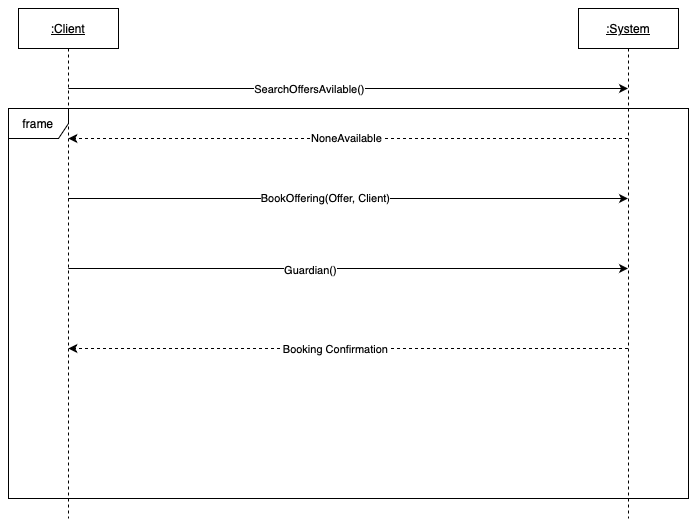
Before: Diagrams/SystemSequenceDiagram_Process_Offerings.drawio.png, a diagram exported from draw.io (JeremyCrete/Soen342-JeremyCrete-DominicEmond). Source tidied: cells renumbered, new cells last; positions are measured from the earlier drawing's top-left corner, leaving out a move shared by most shapes.
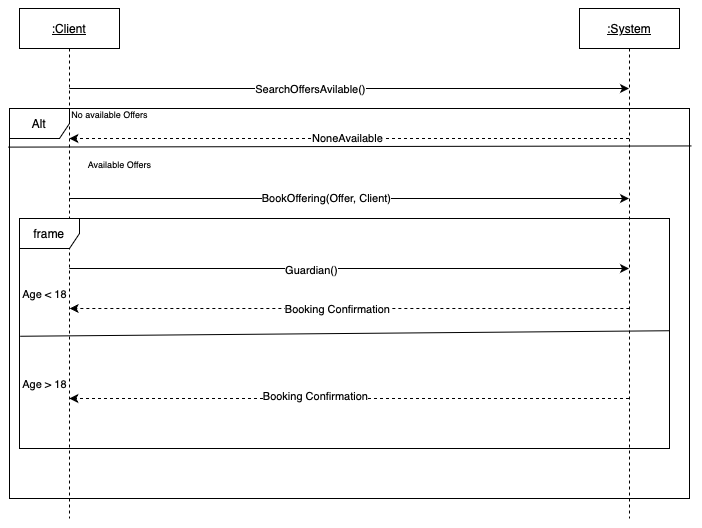
The same file after the commit.

The edit, as a diff of the source:
```diff
@@ -48,18 +48,54 @@
     <mxCell id="11" value="Guardian()" style="edgeLabel;html=1;align=center;verticalAlign=middle;" parent="10" vertex="1">
       <mxGeometry x="-0.13" y="-2" relative="1" as="geometry" />
     </mxCell>
-    <mxCell id="12" style="html=1;labelBackgroundColor=#ffffff;startArrow=none;startFill=0;startSize=6;endArrow=classic;endFill=1;endSize=6;jettySize=auto;strokeWidth=1;dashed=1;fontSize=14;rounded=0;" parent="1" edge="1" source="3" target="2">
+    <mxCell id="12" style="html=1;labelBackgroundColor=#ffffff;startArrow=none;startFill=0;startSize=6;endArrow=classic;endFill=1;endSize=6;jettySize=auto;orthogonalLoop=1;strokeWidth=1;dashed=1;fontSize=14;rounded=0;" parent="1" edge="1">
       <mxGeometry relative="1" as="geometry">
+        <mxPoint x="619.8" y="300" as="sourcePoint" />
+        <mxPoint x="60.2" y="300" as="targetPoint" />
         <Array as="points">
-          <mxPoint x="350" y="340" />
+          <mxPoint x="350.3" y="300" />
         </Array>
       </mxGeometry>
     </mxCell>
     <mxCell id="13" value="Booking Confirmation" style="edgeLabel;html=1;align=center;verticalAlign=middle;" parent="12" vertex="1">
       <mxGeometry x="0.05" y="1" relative="1" as="geometry" />
     </mxCell>
-    <mxCell id="14" value="frame" style="shape=umlFrame;whiteSpace=wrap;html=1;" parent="1" vertex="1">
+    <mxCell id="14" value="Alt" style="shape=umlFrame;whiteSpace=wrap;html=1;" parent="1" vertex="1">
       <mxGeometry y="100" width="680" height="390" as="geometry" />
     </mxCell>
+    <mxCell id="15" style="endArrow=none;html=1;rounded=0;exitX=-0.002;exitY=0.099;exitDx=0;exitDy=0;exitPerimeter=0;entryX=1.003;entryY=0.096;entryDx=0;entryDy=0;entryPerimeter=0;" parent="1" edge="1" source="14" target="14">
+      <mxGeometry relative="1" as="geometry" />
+    </mxCell>
+    <mxCell id="16" value="&lt;font style=&quot;font-size: 9px;&quot;&gt;No available Offers&lt;/font&gt;" style="text;html=1;align=center;verticalAlign=middle;strokeColor=none;fillColor=none;" parent="1" vertex="1">
+      <mxGeometry x="50" y="90" width="100" height="30" as="geometry" />
+    </mxCell>
+    <mxCell id="17" value="frame" style="shape=umlFrame;whiteSpace=wrap;html=1;" parent="1" vertex="1">
+      <mxGeometry x="10" y="210" width="650" height="230" as="geometry" />
+    </mxCell>
+    <mxCell id="18" style="endArrow=none;html=1;rounded=0;exitX=0.002;exitY=0.476;exitDx=0;exitDy=0;exitPerimeter=0;entryX=1.001;entryY=0.452;entryDx=0;entryDy=0;entryPerimeter=0;" parent="1" edge="1">
+      <mxGeometry relative="1" as="geometry">
+        <mxPoint x="10.6" y="327.8" as="sourcePoint" />
+        <mxPoint x="660" y="322.2" as="targetPoint" />
+      </mxGeometry>
+    </mxCell>
+    <mxCell id="19" style="html=1;labelBackgroundColor=#ffffff;startArrow=none;startFill=0;startSize=6;endArrow=classic;endFill=1;endSize=6;jettySize=auto;strokeWidth=1;dashed=1;fontSize=14;rounded=0;" parent="1" edge="1" source="3" target="2">
+      <mxGeometry relative="1" as="geometry">
+        <Array as="points">
+          <mxPoint x="340" y="390" />
+        </Array>
+      </mxGeometry>
+    </mxCell>
+    <mxCell id="20" value="Booking Confirmation" style="edgeLabel;html=1;align=center;verticalAlign=middle;" parent="19" vertex="1">
+      <mxGeometry x="0.12" y="-2" relative="1" as="geometry" />
+    </mxCell>
+    <mxCell id="21" value="&lt;font style=&quot;font-size: 11px;&quot;&gt;Age &amp;lt; 18&lt;/font&gt;" style="text;html=1;align=center;verticalAlign=middle;strokeColor=none;fillColor=none;" parent="1" vertex="1">
+      <mxGeometry y="270" width="70" height="30" as="geometry" />
+    </mxCell>
+    <mxCell id="22" value="&lt;font style=&quot;font-size: 11px;&quot;&gt;Age &amp;gt; 18&lt;/font&gt;" style="text;html=1;align=center;verticalAlign=middle;strokeColor=none;fillColor=none;" parent="1" vertex="1">
+      <mxGeometry y="360" width="70" height="30" as="geometry" />
+    </mxCell>
+    <mxCell id="23" value="&lt;font style=&quot;font-size: 9px;&quot;&gt;Available Offers&lt;/font&gt;" style="text;html=1;align=center;verticalAlign=middle;strokeColor=none;fillColor=none;" parent="1" vertex="1">
+      <mxGeometry x="65" y="140" width="90" height="30" as="geometry" />
+    </mxCell>
   </root>
 </mxGraphModel>
```
